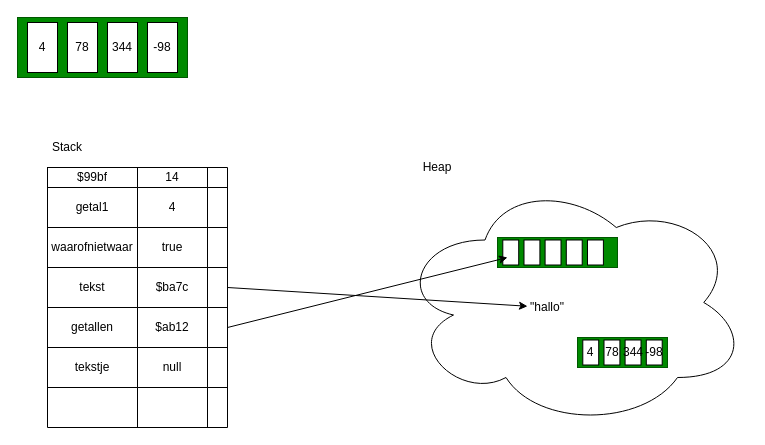
Above: page "Lijstjes" (2 of 2) of tekeningetjes.drawio in RaoulRoblesdeMedina/oocs-2021-07 (draw.io), before the change. Source tidied: cells renumbered, new cells numbered last; positions are measured from the earlier drawing's top-left corner, leaving out a move shared by most shapes. Both pictures are drawn from the tidied source at 100%, with x=0, y=0 at pixel (17, 17).
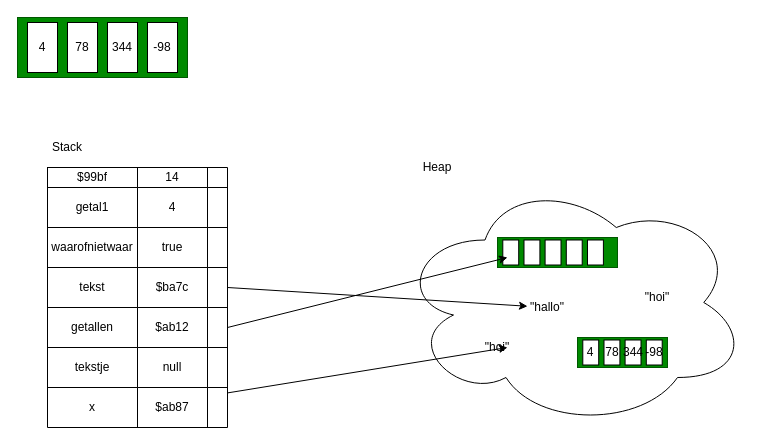
After the change.

Unchanged cells that the change refers to:
```xml
<mxCell id="35" style="shape=partialRectangle;html=1;whiteSpace=wrap;fillColor=none;top=0;left=0;bottom=0;right=0;points=[[0,0.5],[1,0.5]];portConstraint=eastwest;" parent="10" vertex="1">
  <mxGeometry y="220" width="180" height="40" as="geometry" />
</mxCell>
```

The edit, as a diff of the source:
```diff
@@
-    <mxCell id="36" style="shape=partialRectangle;html=1;whiteSpace=wrap;fillColor=none;top=0;left=0;bottom=0;right=0;overflow=hidden;" parent="35" vertex="1">
+    <mxCell id="36" value="x" style="shape=partialRectangle;html=1;whiteSpace=wrap;fillColor=none;top=0;left=0;bottom=0;right=0;overflow=hidden;" parent="35" vertex="1">
       <mxGeometry width="90" height="40" as="geometry" />
     </mxCell>
-    <mxCell id="37" style="shape=partialRectangle;html=1;whiteSpace=wrap;fillColor=none;top=0;left=0;bottom=0;right=0;overflow=hidden;" parent="35" vertex="1">
+    <mxCell id="37" value="$ab87" style="shape=partialRectangle;html=1;whiteSpace=wrap;fillColor=none;top=0;left=0;bottom=0;right=0;overflow=hidden;" parent="35" vertex="1">
       <mxGeometry x="90" width="70" height="40" as="geometry" />
     </mxCell>
@@
+    <mxCell id="56" value="&quot;hoi&quot;" style="text;html=1;strokeColor=none;fillColor=none;align=center;verticalAlign=middle;whiteSpace=wrap;rounded=0;" parent="1" vertex="1">
+      <mxGeometry x="460" y="320" width="40" height="20" as="geometry" />
+    </mxCell>
+    <mxCell id="57" style="endArrow=classic;html=1;" parent="1" edge="1" source="35">
+      <mxGeometry relative="1" as="geometry">
+        <mxPoint x="490" y="330" as="targetPoint" />
+      </mxGeometry>
+    </mxCell>
+    <mxCell id="58" value="&quot;hoi&quot;" style="text;html=1;strokeColor=none;fillColor=none;align=center;verticalAlign=middle;whiteSpace=wrap;rounded=0;" parent="1" vertex="1">
+      <mxGeometry x="620" y="270" width="40" height="20" as="geometry" />
+    </mxCell>
```
